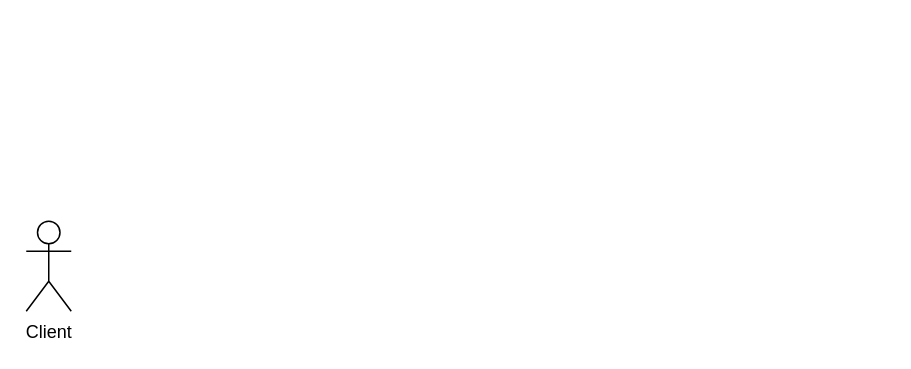
The draw.io diagram diagrams/Cas d utilisation.drawio in Wathil/POECNews, before the edit. Source tidied: cells renumbered, new cells numbered last; positions are measured from the earlier drawing's top-left corner, leaving out a move shared by most shapes. Both pictures are drawn from the tidied source at 150%, with x=0, y=0 at pixel (26, 220).
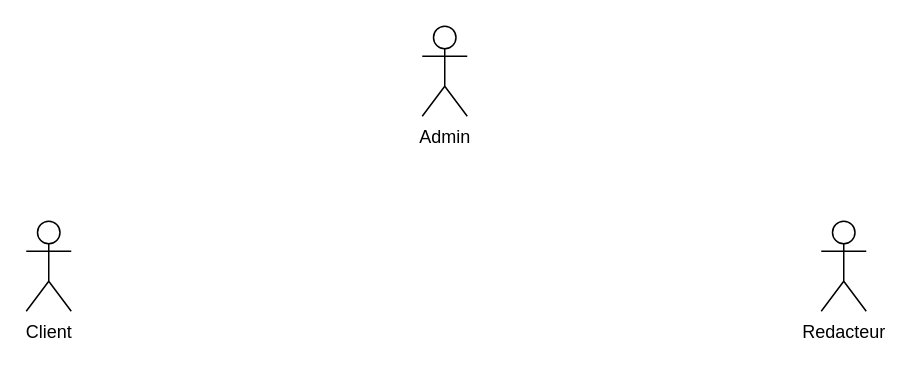
The same diagram, later.

Diff of the diagram source:
```diff
@@
 <mxGraphModel>
   <root>
     <mxCell id="0" />
     <mxCell id="1" parent="0" />
     <mxCell id="2" value="Client" style="shape=umlActor;verticalLabelPosition=bottom;verticalAlign=top;html=1;" parent="1" vertex="1">
       <mxGeometry width="30" height="60" as="geometry" />
     </mxCell>
+    <mxCell id="3" value="Admin" style="shape=umlActor;verticalLabelPosition=bottom;verticalAlign=top;html=1;" parent="1" vertex="1">
+      <mxGeometry x="264" y="-130" width="30" height="60" as="geometry" />
+    </mxCell>
+    <mxCell id="4" value="Redacteur" style="shape=umlActor;verticalLabelPosition=bottom;verticalAlign=top;html=1;" parent="1" vertex="1">
+      <mxGeometry x="530" width="30" height="60" as="geometry" />
+    </mxCell>
   </root>
 </mxGraphModel>
```
